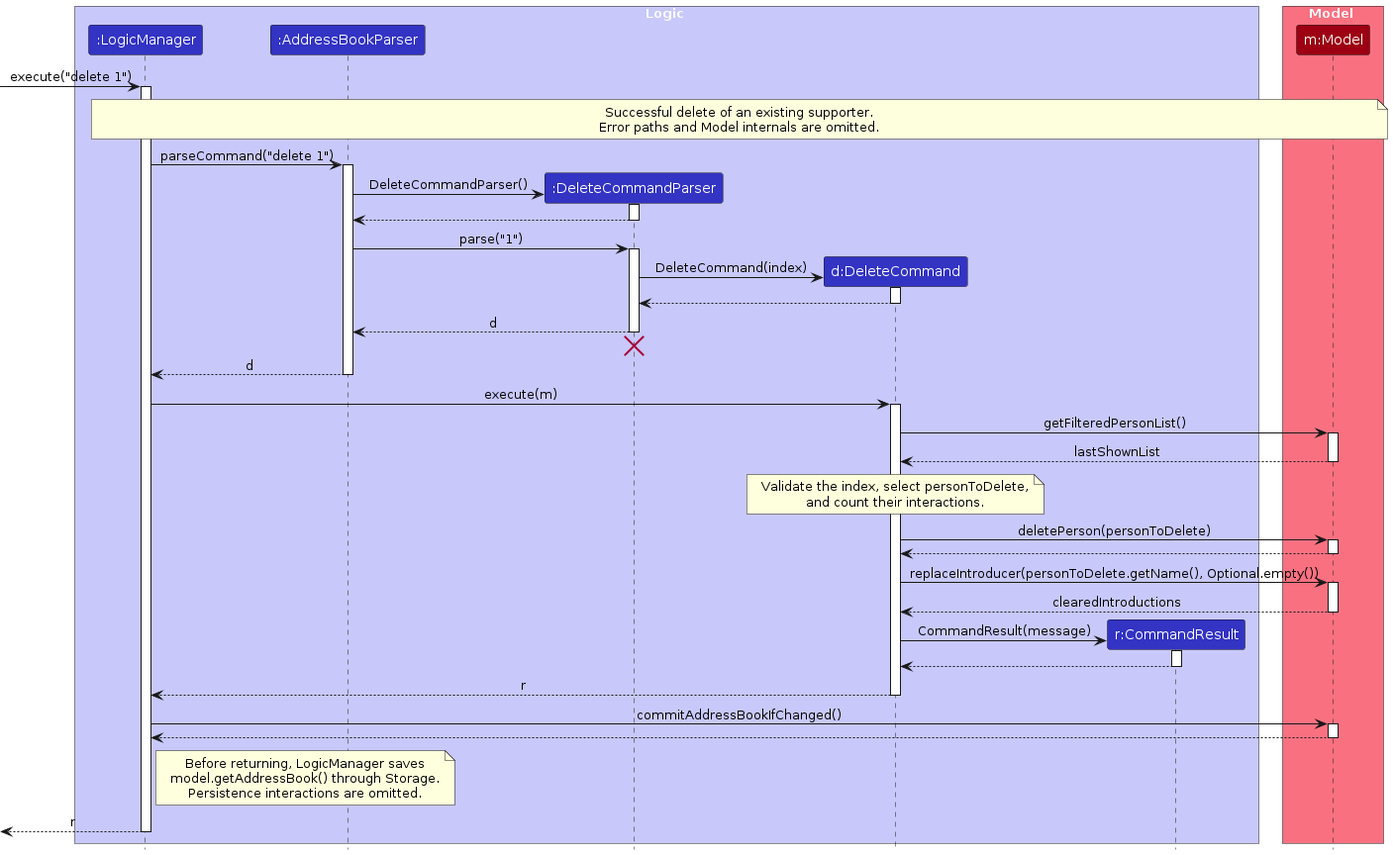
Earlier version of the PlantUML export diagrams/DeleteSequenceDiagram.png (AY2627S1-CS2103T-T14-2/tp). Its source is kept beside it as diagrams/DeleteSequenceDiagram.puml. The source it was exported from:
```plantuml
@startuml
!include style.puml
skinparam ArrowFontStyle plain

box Logic LOGIC_COLOR_T1
participant ":LogicManager" as LogicManager LOGIC_COLOR
participant ":AddressBookParser" as AddressBookParser LOGIC_COLOR
participant ":DeleteCommandParser" as DeleteCommandParser LOGIC_COLOR
participant "d:DeleteCommand" as DeleteCommand LOGIC_COLOR
participant "r:CommandResult" as CommandResult LOGIC_COLOR
end box

box Model MODEL_COLOR_T1
participant "m:Model" as Model MODEL_COLOR
end box

[-> LogicManager : execute("delete 1")
activate LogicManager

note over LogicManager, Model
    Successful delete of an existing supporter.
    Error paths and Model internals are omitted.
end note

LogicManager -> AddressBookParser : parseCommand("delete 1")
activate AddressBookParser

create DeleteCommandParser
AddressBookParser -> DeleteCommandParser : DeleteCommandParser()
activate DeleteCommandParser
DeleteCommandParser --> AddressBookParser
deactivate DeleteCommandParser

AddressBookParser -> DeleteCommandParser : parse("1")
activate DeleteCommandParser

create DeleteCommand
DeleteCommandParser -> DeleteCommand : DeleteCommand(index)
activate DeleteCommand
DeleteCommand --> DeleteCommandParser
deactivate DeleteCommand

DeleteCommandParser --> AddressBookParser : d
deactivate DeleteCommandParser
DeleteCommandParser -[hidden]-> AddressBookParser
destroy DeleteCommandParser

AddressBookParser --> LogicManager : d
deactivate AddressBookParser

LogicManager -> DeleteCommand : execute(m)
activate DeleteCommand

DeleteCommand -> Model : getFilteredPersonList()
activate Model
Model --> DeleteCommand : lastShownList
deactivate Model

note over DeleteCommand
    Validate the index, select personToDelete,
    and count their interactions.
end note

DeleteCommand -> Model : deletePerson(personToDelete)
activate Model
Model --> DeleteCommand
deactivate Model

DeleteCommand -> Model : replaceIntroducer(personToDelete.getName(), Optional.empty())
activate Model
Model --> DeleteCommand : clearedIntroductions
deactivate Model

create CommandResult
DeleteCommand -> CommandResult : CommandResult(message)
activate CommandResult
CommandResult --> DeleteCommand
deactivate CommandResult

DeleteCommand --> LogicManager : r
deactivate DeleteCommand

LogicManager -> Model : commitAddressBookIfChanged()
activate Model
Model --> LogicManager
deactivate Model

note right of LogicManager
    Before returning, LogicManager saves
    model.getAddressBook() through Storage.
    Persistence interactions are omitted.
end note

[<-- LogicManager : r
deactivate LogicManager

@enduml
```
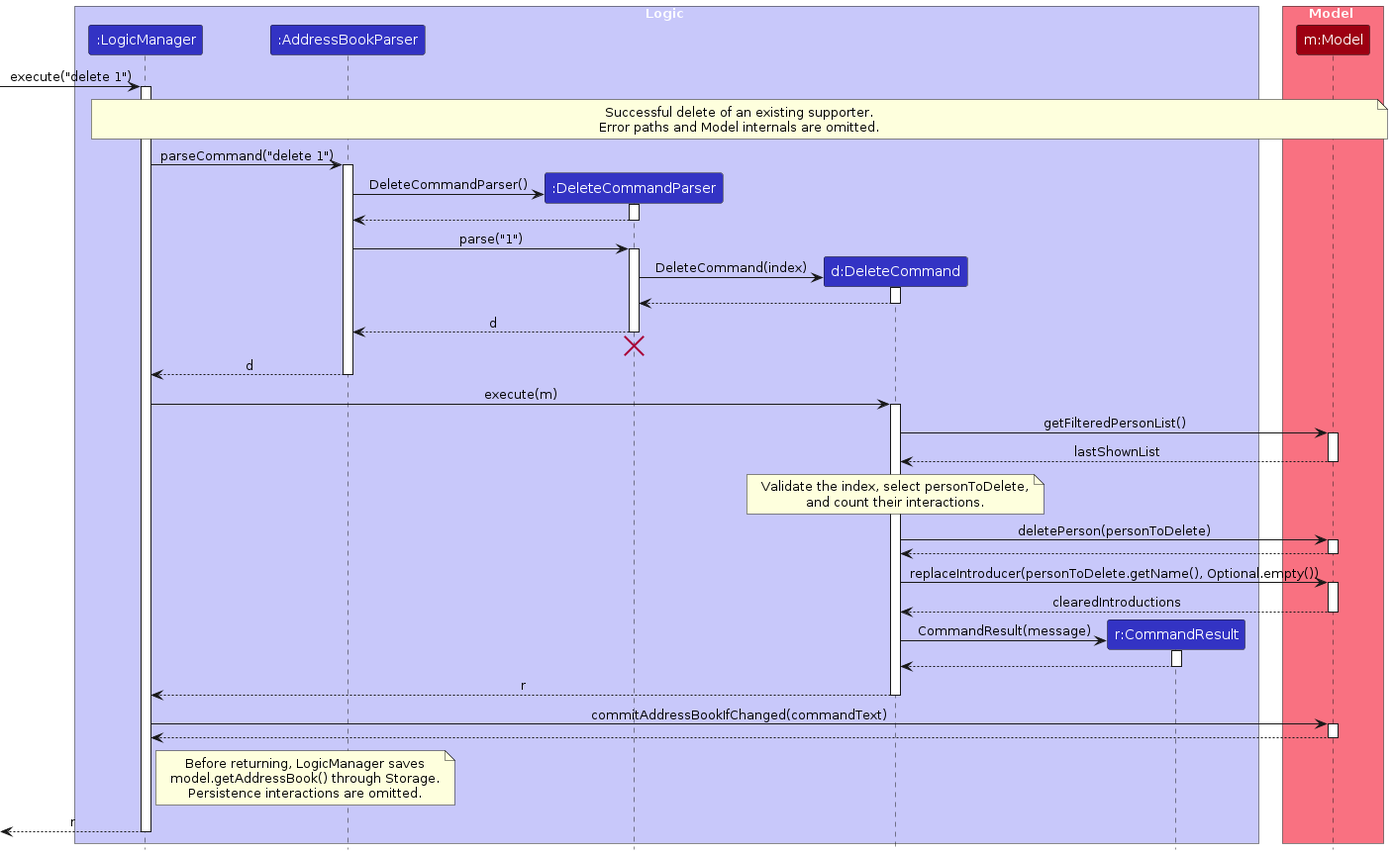
The same diagram one commit later.

The edit, as a diff of the source:
```diff
@@ -80,7 +80,7 @@
 DeleteCommand --> LogicManager : r
 deactivate DeleteCommand
 
-LogicManager -> Model : commitAddressBookIfChanged()
+LogicManager -> Model : commitAddressBookIfChanged(commandText)
 activate Model
 Model --> LogicManager
 deactivate Model
```
